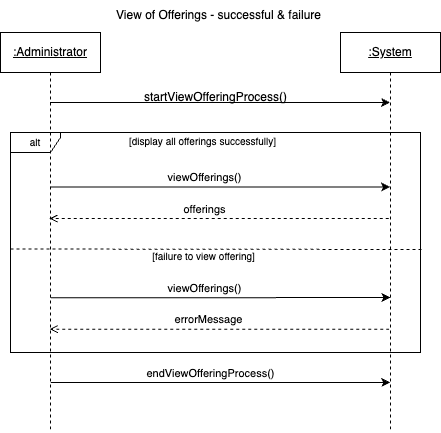
Above: UC1-ProcessOfferings/SystemSequenceDiagrams/Sequence-Diagram-Administrator-1.png in HudsonLu/SOEN342 (draw.io), before the change. Source tidied: cells renumbered, new cells last; positions are measured from the earlier drawing's top-left corner, leaving out a move shared by most shapes. Source of this version:
```xml
<mxGraphModel>
  <root>
    <mxCell id="0" />
    <mxCell id="1" parent="0" />
    <mxCell id="2" style="edgeStyle=elbowEdgeStyle;rounded=0;orthogonalLoop=1;jettySize=auto;html=1;elbow=vertical;curved=0;dashed=1;endArrow=open;endFill=0;" parent="1" edge="1">
      <mxGeometry relative="1" as="geometry">
        <mxPoint x="388.3" y="218" as="sourcePoint" />
        <mxPoint x="49" y="218" as="targetPoint" />
        <Array as="points">
          <mxPoint x="218.8" y="218" />
        </Array>
      </mxGeometry>
    </mxCell>
    <mxCell id="3" value="offerings" style="edgeLabel;html=1;align=center;verticalAlign=middle;" parent="2" vertex="1">
      <mxGeometry x="-0.08" y="2" relative="1" as="geometry">
        <mxPoint x="-30" y="-12" as="offset" />
      </mxGeometry>
    </mxCell>
    <mxCell id="4" style="edgeStyle=elbowEdgeStyle;rounded=0;orthogonalLoop=1;jettySize=auto;html=1;elbow=vertical;curved=0;" parent="1" edge="1">
      <mxGeometry relative="1" as="geometry">
        <mxPoint x="49.9" y="186.5" as="sourcePoint" />
        <mxPoint x="389.5" y="186.5" as="targetPoint" />
        <Array as="points">
          <mxPoint x="245.1" y="186.5" />
          <mxPoint x="255.1" y="166.5" />
          <mxPoint x="235.1" y="146.5" />
        </Array>
      </mxGeometry>
    </mxCell>
    <mxCell id="5" value="viewOfferings()" style="edgeLabel;html=1;align=center;verticalAlign=middle;" parent="4" vertex="1">
      <mxGeometry x="-0.1" y="2" relative="1" as="geometry">
        <mxPoint x="1" y="-8" as="offset" />
      </mxGeometry>
    </mxCell>
    <mxCell id="6" value="&lt;font size=&quot;1&quot;&gt;alt&lt;/font&gt;" style="shape=umlFrame;whiteSpace=wrap;html=1;width=50;height=20;" parent="1" vertex="1">
      <mxGeometry x="10" y="132" width="410" height="220" as="geometry" />
    </mxCell>
    <mxCell id="7" value="&lt;u&gt;:System&lt;/u&gt;" style="shape=umlLifeline;perimeter=lifelinePerimeter;whiteSpace=wrap;html=1;outlineConnect=0;portConstraint=eastwest;newEdgeStyle={&quot;edgeStyle&quot;:&quot;elbowEdgeStyle&quot;,&quot;elbow&quot;:&quot;vertical&quot;,&quot;curved&quot;:0,&quot;rounded&quot;:0};" parent="1" vertex="1">
      <mxGeometry x="340" y="32" width="100" height="400" as="geometry" />
    </mxCell>
    <mxCell id="8" style="edgeStyle=elbowEdgeStyle;rounded=0;jettySize=auto;html=1;elbow=vertical;curved=0;" parent="1" edge="1" source="9" target="7">
      <mxGeometry relative="1" as="geometry">
        <Array as="points">
          <mxPoint x="220" y="102" />
        </Array>
      </mxGeometry>
    </mxCell>
    <mxCell id="9" value="&lt;u&gt;:Administrator&lt;/u&gt;" style="shape=umlLifeline;perimeter=lifelinePerimeter;whiteSpace=wrap;html=1;outlineConnect=0;portConstraint=eastwest;newEdgeStyle={&quot;edgeStyle&quot;:&quot;elbowEdgeStyle&quot;,&quot;elbow&quot;:&quot;vertical&quot;,&quot;curved&quot;:0,&quot;rounded&quot;:0};" parent="1" vertex="1">
      <mxGeometry y="32" width="100" height="400" as="geometry" />
    </mxCell>
    <mxCell id="10" value="startViewOfferingProcess()" style="text;html=1;align=center;verticalAlign=middle;strokeColor=none;fillColor=none;" parent="1" vertex="1">
      <mxGeometry x="130" y="82" width="170" height="30" as="geometry" />
    </mxCell>
    <mxCell id="11" value="View of Offerings - successful &amp;amp; failure" style="text;html=1;align=center;verticalAlign=middle;strokeColor=none;fillColor=none;" parent="1" vertex="1">
      <mxGeometry x="103" width="230" height="30" as="geometry" />
    </mxCell>
    <mxCell id="12" style="edgeStyle=elbowEdgeStyle;rounded=0;orthogonalLoop=1;jettySize=auto;html=1;elbow=vertical;curved=0;" parent="1" edge="1">
      <mxGeometry relative="1" as="geometry">
        <mxPoint x="50.2" y="382" as="sourcePoint" />
        <mxPoint x="389.8" y="382.2" as="targetPoint" />
      </mxGeometry>
    </mxCell>
    <mxCell id="13" value="endViewOfferingProcess()" style="edgeLabel;html=1;align=center;verticalAlign=middle;" parent="12" vertex="1">
      <mxGeometry x="-0.1" y="-2" relative="1" as="geometry">
        <mxPoint x="6" y="-12" as="offset" />
      </mxGeometry>
    </mxCell>
    <mxCell id="14" value="&lt;font style=&quot;font-size: 10px;&quot;&gt;[display all offerings successfully]&lt;/font&gt;" style="text;html=1;align=center;verticalAlign=middle;strokeColor=none;fillColor=none;" parent="1" vertex="1">
      <mxGeometry x="117" y="126" width="170" height="30" as="geometry" />
    </mxCell>
    <mxCell id="15" style="edgeStyle=elbowEdgeStyle;rounded=0;orthogonalLoop=1;jettySize=auto;html=1;elbow=vertical;curved=0;entryX=1.004;entryY=0.616;entryDx=0;entryDy=0;entryPerimeter=0;endArrow=none;endFill=0;dashed=1;" parent="1" edge="1">
      <mxGeometry relative="1" as="geometry">
        <mxPoint x="10" y="248.5" as="sourcePoint" />
        <mxPoint x="422" y="249.5" as="targetPoint" />
      </mxGeometry>
    </mxCell>
    <mxCell id="16" style="edgeStyle=elbowEdgeStyle;rounded=0;orthogonalLoop=1;jettySize=auto;html=1;elbow=vertical;curved=0;endArrow=open;endFill=0;dashed=1;" parent="1" edge="1">
      <mxGeometry relative="1" as="geometry">
        <mxPoint x="388.8" y="328.6" as="sourcePoint" />
        <mxPoint x="49.2" y="329" as="targetPoint" />
        <Array as="points">
          <mxPoint x="279.2" y="328.6" />
          <mxPoint x="219.2" y="338.6" />
        </Array>
      </mxGeometry>
    </mxCell>
    <mxCell id="17" value="errorMessage" style="edgeLabel;html=1;align=center;verticalAlign=middle;" parent="16" vertex="1">
      <mxGeometry x="0.02" y="-2" relative="1" as="geometry">
        <mxPoint x="-8" y="-8" as="offset" />
      </mxGeometry>
    </mxCell>
    <mxCell id="18" style="edgeStyle=elbowEdgeStyle;rounded=0;orthogonalLoop=1;jettySize=auto;html=1;elbow=vertical;curved=0;" parent="1" edge="1">
      <mxGeometry relative="1" as="geometry">
        <mxPoint x="50.1" y="297.4" as="sourcePoint" />
        <mxPoint x="389.9" y="297" as="targetPoint" />
        <Array as="points">
          <mxPoint x="220.4" y="297" />
        </Array>
      </mxGeometry>
    </mxCell>
    <mxCell id="19" value="&lt;font style=&quot;font-size: 10px;&quot;&gt;[failure to view offering]&lt;/font&gt;" style="text;html=1;align=center;verticalAlign=middle;strokeColor=none;fillColor=none;" parent="1" vertex="1">
      <mxGeometry x="138" y="241" width="130" height="30" as="geometry" />
    </mxCell>
    <mxCell id="20" value="viewOfferings()" style="edgeLabel;html=1;align=center;verticalAlign=middle;" parent="1" vertex="1">
      <mxGeometry x="203" y="287" as="geometry" />
    </mxCell>
  </root>
</mxGraphModel>
```
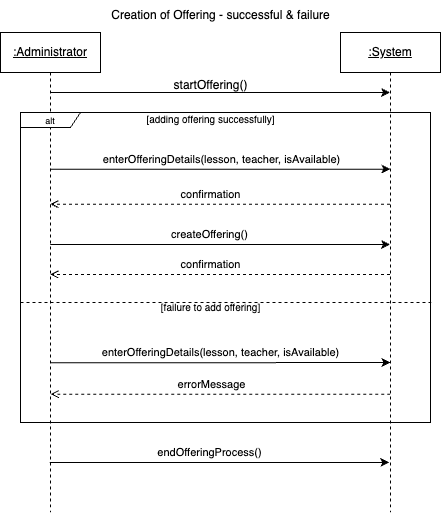
After the change.

Diff of the diagram source:
```diff
@@ -2,107 +2,140 @@
   <root>
     <mxCell id="0" />
     <mxCell id="1" parent="0" />
-    <mxCell id="2" style="edgeStyle=elbowEdgeStyle;rounded=0;orthogonalLoop=1;jettySize=auto;html=1;elbow=vertical;curved=0;dashed=1;endArrow=open;endFill=0;" parent="1" edge="1">
-      <mxGeometry relative="1" as="geometry">
-        <mxPoint x="388.3" y="218" as="sourcePoint" />
-        <mxPoint x="49" y="218" as="targetPoint" />
-        <Array as="points">
-          <mxPoint x="218.8" y="218" />
-        </Array>
-      </mxGeometry>
+    <mxCell id="2" value="&lt;span style=&quot;color: rgba(0, 0, 0, 0); font-family: monospace; font-size: 0px; text-align: start; background-color: rgb(251, 251, 251);&quot;&gt;%3CmxGraphModel%3E%3Croot%3E%3CmxCell%20id%3D%220%22%2F%3E%3CmxCell%20id%3D%221%22%20parent%3D%220%22%2F%3E%3CmxCell%20id%3D%222%22%20value%3D%22viewOfferings()%22%20style%3D%22edgeLabel%3Bhtml%3D1%3Balign%3Dcenter%3BverticalAlign%3Dmiddle%3Bresizable%3D0%3Bpoints%3D%5B%5D%3B%22%20connectable%3D%220%22%20vertex%3D%221%22%20parent%3D%221%22%3E%3CmxGeometry%20x%3D%22244.6548387096775%22%20y%3D%22499.5%22%20as%3D%22geometry%22%2F%3E%3C%2FmxCell%3E%3C%2Froot%3E%3C%2FmxGraphModel%3E&lt;/span&gt;" style="edgeLabel;html=1;align=center;verticalAlign=middle;" parent="1" vertex="1">
+      <mxGeometry x="-301" y="602" as="geometry" />
     </mxCell>
-    <mxCell id="3" value="offerings" style="edgeLabel;html=1;align=center;verticalAlign=middle;" parent="2" vertex="1">
-      <mxGeometry x="-0.08" y="2" relative="1" as="geometry">
-        <mxPoint x="-30" y="-12" as="offset" />
+    <mxCell id="3" style="edgeStyle=elbowEdgeStyle;rounded=0;orthogonalLoop=1;jettySize=auto;html=1;elbow=horizontal;curved=0;endArrow=open;endFill=0;dashed=1;" parent="1" edge="1">
+      <mxGeometry relative="1" as="geometry">
+        <mxPoint x="-125.5" y="806" as="sourcePoint" />
+        <mxPoint x="-465.3" y="806" as="targetPoint" />
+        <Array as="points">
+          <mxPoint x="-285" y="806" />
+        </Array>
       </mxGeometry>
     </mxCell>
-    <mxCell id="4" style="edgeStyle=elbowEdgeStyle;rounded=0;orthogonalLoop=1;jettySize=auto;html=1;elbow=vertical;curved=0;" parent="1" edge="1">
-      <mxGeometry relative="1" as="geometry">
-        <mxPoint x="49.9" y="186.5" as="sourcePoint" />
-        <mxPoint x="389.5" y="186.5" as="targetPoint" />
-        <Array as="points">
-          <mxPoint x="245.1" y="186.5" />
-          <mxPoint x="255.1" y="166.5" />
-          <mxPoint x="235.1" y="146.5" />
-        </Array>
+    <mxCell id="4" value="confirmation" style="edgeLabel;html=1;align=center;verticalAlign=middle;" parent="3" vertex="1">
+      <mxGeometry x="-0.12" y="-1" relative="1" as="geometry">
+        <mxPoint x="-30" y="-9" as="offset" />
       </mxGeometry>
     </mxCell>
-    <mxCell id="5" value="viewOfferings()" style="edgeLabel;html=1;align=center;verticalAlign=middle;" parent="4" vertex="1">
-      <mxGeometry x="-0.1" y="2" relative="1" as="geometry">
-        <mxPoint x="1" y="-8" as="offset" />
+    <mxCell id="5" style="edgeStyle=elbowEdgeStyle;rounded=0;orthogonalLoop=1;jettySize=auto;html=1;elbow=vertical;curved=0;endArrow=open;endFill=0;dashed=1;" parent="1" edge="1">
+      <mxGeometry relative="1" as="geometry">
+        <mxPoint x="-125.5" y="735.6" as="sourcePoint" />
+        <mxPoint x="-465.3" y="735.6" as="targetPoint" />
+        <Array as="points">
+          <mxPoint x="-235" y="735.6" />
+          <mxPoint x="-295" y="745.6" />
+        </Array>
       </mxGeometry>
     </mxCell>
-    <mxCell id="6" value="&lt;font size=&quot;1&quot;&gt;alt&lt;/font&gt;" style="shape=umlFrame;whiteSpace=wrap;html=1;width=50;height=20;" parent="1" vertex="1">
-      <mxGeometry x="10" y="132" width="410" height="220" as="geometry" />
+    <mxCell id="6" value="confirmation" style="edgeLabel;html=1;align=center;verticalAlign=middle;" parent="5" vertex="1">
+      <mxGeometry x="0.02" y="-2" relative="1" as="geometry">
+        <mxPoint x="-7" y="-8" as="offset" />
+      </mxGeometry>
     </mxCell>
     <mxCell id="7" value="&lt;u&gt;:System&lt;/u&gt;" style="shape=umlLifeline;perimeter=lifelinePerimeter;whiteSpace=wrap;html=1;outlineConnect=0;portConstraint=eastwest;newEdgeStyle={&quot;edgeStyle&quot;:&quot;elbowEdgeStyle&quot;,&quot;elbow&quot;:&quot;vertical&quot;,&quot;curved&quot;:0,&quot;rounded&quot;:0};" parent="1" vertex="1">
-      <mxGeometry x="340" y="32" width="100" height="400" as="geometry" />
+      <mxGeometry x="-175" y="564" width="100" height="480" as="geometry" />
     </mxCell>
-    <mxCell id="8" style="edgeStyle=elbowEdgeStyle;rounded=0;jettySize=auto;html=1;elbow=vertical;curved=0;" parent="1" edge="1" source="9" target="7">
+    <mxCell id="8" style="edgeStyle=elbowEdgeStyle;rounded=0;jettySize=auto;html=1;elbow=vertical;curved=0;" parent="1" edge="1" source="16" target="7">
       <mxGeometry relative="1" as="geometry">
         <Array as="points">
-          <mxPoint x="220" y="102" />
+          <mxPoint x="-275" y="624" />
         </Array>
       </mxGeometry>
     </mxCell>
-    <mxCell id="9" value="&lt;u&gt;:Administrator&lt;/u&gt;" style="shape=umlLifeline;perimeter=lifelinePerimeter;whiteSpace=wrap;html=1;outlineConnect=0;portConstraint=eastwest;newEdgeStyle={&quot;edgeStyle&quot;:&quot;elbowEdgeStyle&quot;,&quot;elbow&quot;:&quot;vertical&quot;,&quot;curved&quot;:0,&quot;rounded&quot;:0};" parent="1" vertex="1">
-      <mxGeometry y="32" width="100" height="400" as="geometry" />
+    <mxCell id="9" style="edgeStyle=elbowEdgeStyle;rounded=0;orthogonalLoop=1;jettySize=auto;html=1;elbow=vertical;curved=0;" parent="1" edge="1">
+      <mxGeometry relative="1" as="geometry">
+        <mxPoint x="-465.3" y="700.6" as="sourcePoint" />
+        <mxPoint x="-125.2" y="700.6" as="targetPoint" />
+        <Array as="points">
+          <mxPoint x="-294.7" y="700.6" />
+        </Array>
+      </mxGeometry>
     </mxCell>
-    <mxCell id="10" value="startViewOfferingProcess()" style="text;html=1;align=center;verticalAlign=middle;strokeColor=none;fillColor=none;" parent="1" vertex="1">
-      <mxGeometry x="130" y="82" width="170" height="30" as="geometry" />
+    <mxCell id="10" value="enterOfferingDetails(lesson, teacher, isAvailable)" style="edgeLabel;html=1;align=center;verticalAlign=middle;" parent="9" vertex="1">
+      <mxGeometry x="-0.18" y="2" relative="1" as="geometry">
+        <mxPoint x="32" y="-8" as="offset" />
+      </mxGeometry>
     </mxCell>
-    <mxCell id="11" value="View of Offerings - successful &amp;amp; failure" style="text;html=1;align=center;verticalAlign=middle;strokeColor=none;fillColor=none;" parent="1" vertex="1">
-      <mxGeometry x="103" width="230" height="30" as="geometry" />
+    <mxCell id="11" style="edgeStyle=elbowEdgeStyle;rounded=0;orthogonalLoop=1;jettySize=auto;html=1;elbow=vertical;curved=0;" parent="1" edge="1">
+      <mxGeometry relative="1" as="geometry">
+        <mxPoint x="-465.3" y="776" as="sourcePoint" />
+        <mxPoint x="-125.5" y="776" as="targetPoint" />
+        <Array as="points">
+          <mxPoint x="-265" y="776" />
+          <mxPoint x="-285" y="786" />
+        </Array>
+      </mxGeometry>
     </mxCell>
-    <mxCell id="12" style="edgeStyle=elbowEdgeStyle;rounded=0;orthogonalLoop=1;jettySize=auto;html=1;elbow=vertical;curved=0;" parent="1" edge="1">
-      <mxGeometry relative="1" as="geometry">
-        <mxPoint x="50.2" y="382" as="sourcePoint" />
-        <mxPoint x="389.8" y="382.2" as="targetPoint" />
+    <mxCell id="12" value="createOffering()" style="edgeLabel;html=1;align=center;verticalAlign=middle;" parent="11" vertex="1">
+      <mxGeometry x="-0.06" y="-1" relative="1" as="geometry">
+        <mxPoint y="-11" as="offset" />
       </mxGeometry>
     </mxCell>
-    <mxCell id="13" value="endViewOfferingProcess()" style="edgeLabel;html=1;align=center;verticalAlign=middle;" parent="12" vertex="1">
-      <mxGeometry x="-0.1" y="-2" relative="1" as="geometry">
-        <mxPoint x="6" y="-12" as="offset" />
+    <mxCell id="13" style="edgeStyle=elbowEdgeStyle;rounded=0;orthogonalLoop=1;jettySize=auto;html=1;elbow=vertical;curved=0;" parent="1" edge="1">
+      <mxGeometry relative="1" as="geometry">
+        <mxPoint x="-465.8" y="994" as="sourcePoint" />
+        <mxPoint x="-126.2" y="994.2" as="targetPoint" />
       </mxGeometry>
     </mxCell>
-    <mxCell id="14" value="&lt;font style=&quot;font-size: 10px;&quot;&gt;[display all offerings successfully]&lt;/font&gt;" style="text;html=1;align=center;verticalAlign=middle;strokeColor=none;fillColor=none;" parent="1" vertex="1">
-      <mxGeometry x="117" y="126" width="170" height="30" as="geometry" />
+    <mxCell id="14" value="endOfferingProcess()" style="edgeLabel;html=1;align=center;verticalAlign=middle;" parent="13" vertex="1">
+      <mxGeometry x="-0.1" y="-2" relative="1" as="geometry">
+        <mxPoint x="6" y="-12" as="offset" />
+      </mxGeometry>
     </mxCell>
-    <mxCell id="15" style="edgeStyle=elbowEdgeStyle;rounded=0;orthogonalLoop=1;jettySize=auto;html=1;elbow=vertical;curved=0;entryX=1.004;entryY=0.616;entryDx=0;entryDy=0;entryPerimeter=0;endArrow=none;endFill=0;dashed=1;" parent="1" edge="1">
+    <mxCell id="15" style="edgeStyle=elbowEdgeStyle;rounded=0;jettySize=auto;html=1;elbow=vertical;curved=0;entryX=1.004;entryY=0.616;entryDx=0;entryDy=0;entryPerimeter=0;endArrow=none;endFill=0;dashed=1;" parent="1" edge="1" target="18">
       <mxGeometry relative="1" as="geometry">
-        <mxPoint x="10" y="248.5" as="sourcePoint" />
-        <mxPoint x="422" y="249.5" as="targetPoint" />
+        <mxPoint x="-495" y="834" as="sourcePoint" />
+        <Array as="points">
+          <mxPoint x="-115" y="834" />
+        </Array>
       </mxGeometry>
     </mxCell>
-    <mxCell id="16" style="edgeStyle=elbowEdgeStyle;rounded=0;orthogonalLoop=1;jettySize=auto;html=1;elbow=vertical;curved=0;endArrow=open;endFill=0;dashed=1;" parent="1" edge="1">
-      <mxGeometry relative="1" as="geometry">
-        <mxPoint x="388.8" y="328.6" as="sourcePoint" />
-        <mxPoint x="49.2" y="329" as="targetPoint" />
-        <Array as="points">
-          <mxPoint x="279.2" y="328.6" />
-          <mxPoint x="219.2" y="338.6" />
-        </Array>
-      </mxGeometry>
+    <mxCell id="16" value="&lt;u&gt;:Administrator&lt;/u&gt;" style="shape=umlLifeline;perimeter=lifelinePerimeter;whiteSpace=wrap;html=1;outlineConnect=0;portConstraint=eastwest;newEdgeStyle={&quot;edgeStyle&quot;:&quot;elbowEdgeStyle&quot;,&quot;elbow&quot;:&quot;vertical&quot;,&quot;curved&quot;:0,&quot;rounded&quot;:0};" parent="1" vertex="1">
+      <mxGeometry x="-515" y="564" width="100" height="480" as="geometry" />
     </mxCell>
-    <mxCell id="17" value="errorMessage" style="edgeLabel;html=1;align=center;verticalAlign=middle;" parent="16" vertex="1">
-      <mxGeometry x="0.02" y="-2" relative="1" as="geometry">
-        <mxPoint x="-8" y="-8" as="offset" />
-      </mxGeometry>
+    <mxCell id="17" value="startOffering()" style="text;html=1;align=center;verticalAlign=middle;strokeColor=none;fillColor=none;" parent="1" vertex="1">
+      <mxGeometry x="-355" y="602" width="100" height="30" as="geometry" />
     </mxCell>
-    <mxCell id="18" style="edgeStyle=elbowEdgeStyle;rounded=0;orthogonalLoop=1;jettySize=auto;html=1;elbow=vertical;curved=0;" parent="1" edge="1">
-      <mxGeometry relative="1" as="geometry">
-        <mxPoint x="50.1" y="297.4" as="sourcePoint" />
-        <mxPoint x="389.9" y="297" as="targetPoint" />
-        <Array as="points">
-          <mxPoint x="220.4" y="297" />
-        </Array>
-      </mxGeometry>
+    <mxCell id="18" value="&lt;font style=&quot;font-size: 9px;&quot;&gt;alt&lt;/font&gt;" style="shape=umlFrame;whiteSpace=wrap;html=1;width=60;height=15;" parent="1" vertex="1">
+      <mxGeometry x="-495" y="644" width="410" height="310" as="geometry" />
     </mxCell>
-    <mxCell id="19" value="&lt;font style=&quot;font-size: 10px;&quot;&gt;[failure to view offering]&lt;/font&gt;" style="text;html=1;align=center;verticalAlign=middle;strokeColor=none;fillColor=none;" parent="1" vertex="1">
-      <mxGeometry x="138" y="241" width="130" height="30" as="geometry" />
+    <mxCell id="19" value="Creation of Offering - successful &amp;amp; failure" style="text;html=1;align=center;verticalAlign=middle;strokeColor=none;fillColor=none;" parent="1" vertex="1">
+      <mxGeometry x="-415" y="532" width="240" height="30" as="geometry" />
     </mxCell>
-    <mxCell id="20" value="viewOfferings()" style="edgeLabel;html=1;align=center;verticalAlign=middle;" parent="1" vertex="1">
-      <mxGeometry x="203" y="287" as="geometry" />
+    <mxCell id="20" value="&lt;font style=&quot;font-size: 10px;&quot;&gt;[adding offering successfully]&lt;/font&gt;" style="text;html=1;align=center;verticalAlign=middle;strokeColor=none;fillColor=none;" parent="1" vertex="1">
+      <mxGeometry x="-380" y="636" width="150" height="30" as="geometry" />
     </mxCell>
+    <mxCell id="21" style="edgeStyle=elbowEdgeStyle;rounded=0;orthogonalLoop=1;jettySize=auto;html=1;elbow=vertical;curved=0;endArrow=open;endFill=0;dashed=1;" parent="1" edge="1">
+      <mxGeometry relative="1" as="geometry">
+        <mxPoint x="-125.2" y="925.6" as="sourcePoint" />
+        <mxPoint x="-464.8" y="926" as="targetPoint" />
+        <Array as="points">
+          <mxPoint x="-234.8" y="925.6" />
+          <mxPoint x="-294.8" y="935.6" />
+        </Array>
+      </mxGeometry>
+    </mxCell>
+    <mxCell id="22" value="errorMessage" style="edgeLabel;html=1;align=center;verticalAlign=middle;" parent="21" vertex="1">
+      <mxGeometry x="0.02" y="-2" relative="1" as="geometry">
+        <mxPoint x="-7" y="-8" as="offset" />
+      </mxGeometry>
+    </mxCell>
+    <mxCell id="23" style="edgeStyle=elbowEdgeStyle;rounded=0;orthogonalLoop=1;jettySize=auto;html=1;elbow=vertical;curved=0;" parent="1" edge="1">
+      <mxGeometry relative="1" as="geometry">
+        <mxPoint x="-464.9" y="894.4" as="sourcePoint" />
+        <mxPoint x="-125.1" y="894" as="targetPoint" />
+        <Array as="points">
+          <mxPoint x="-294.6" y="894" />
+        </Array>
+      </mxGeometry>
+    </mxCell>
+    <mxCell id="24" value="&lt;font style=&quot;font-size: 10px;&quot;&gt;[failure to add offering]&lt;/font&gt;" style="text;html=1;align=center;verticalAlign=middle;strokeColor=none;fillColor=none;" parent="1" vertex="1">
+      <mxGeometry x="-365" y="824" width="120" height="30" as="geometry" />
+    </mxCell>
+    <mxCell id="25" value="enterOfferingDetails(lesson, teacher, isAvailable)" style="edgeLabel;html=1;align=center;verticalAlign=middle;" parent="1" vertex="1">
+      <mxGeometry x="-295" y="884" as="geometry" />
+    </mxCell>
   </root>
 </mxGraphModel>
```
